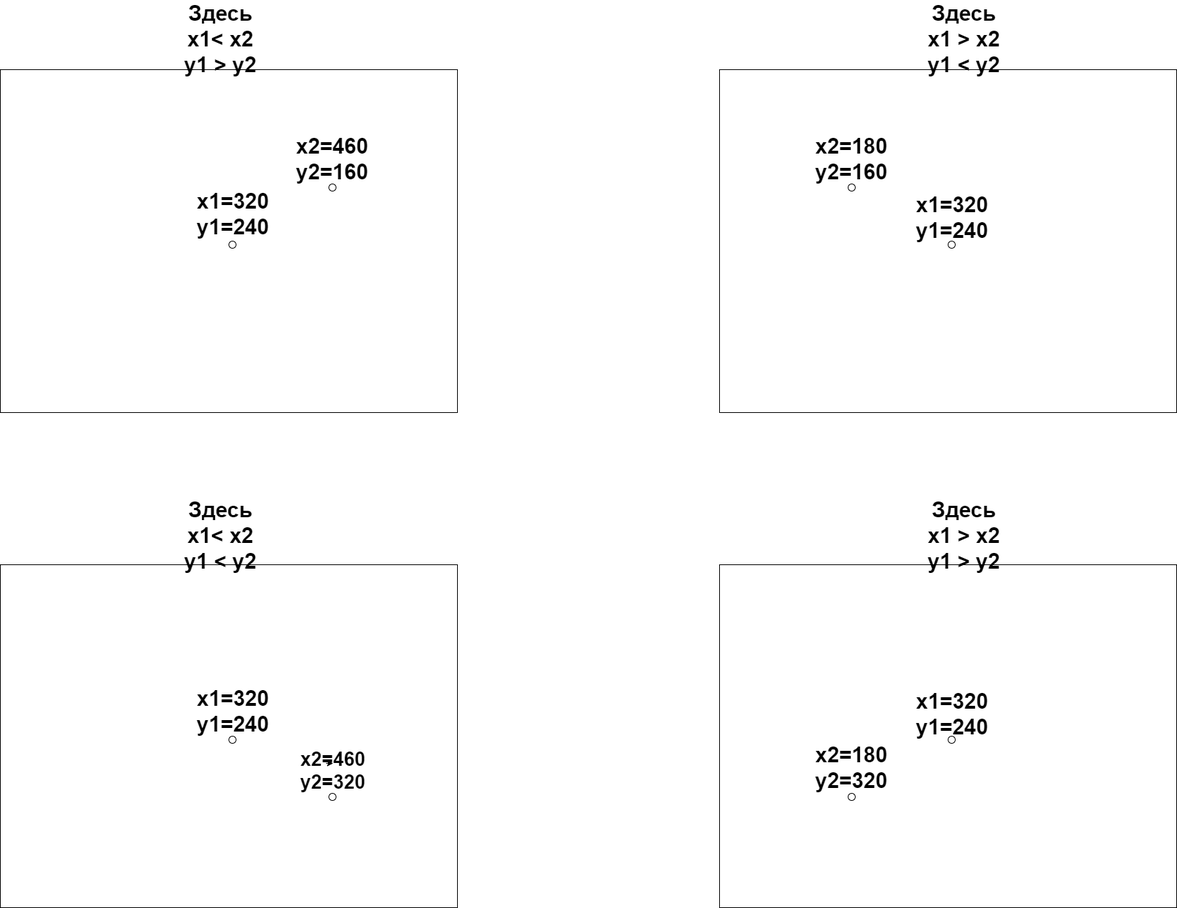
Earlier version of the draw.io export Micro/Unnamed 2.png (RoboGradeIndustriesTeam/HomingTurret). Source tidied: cells renumbered, new cells last; positions are measured from the earlier drawing's top-left corner, leaving out a move shared by most shapes.
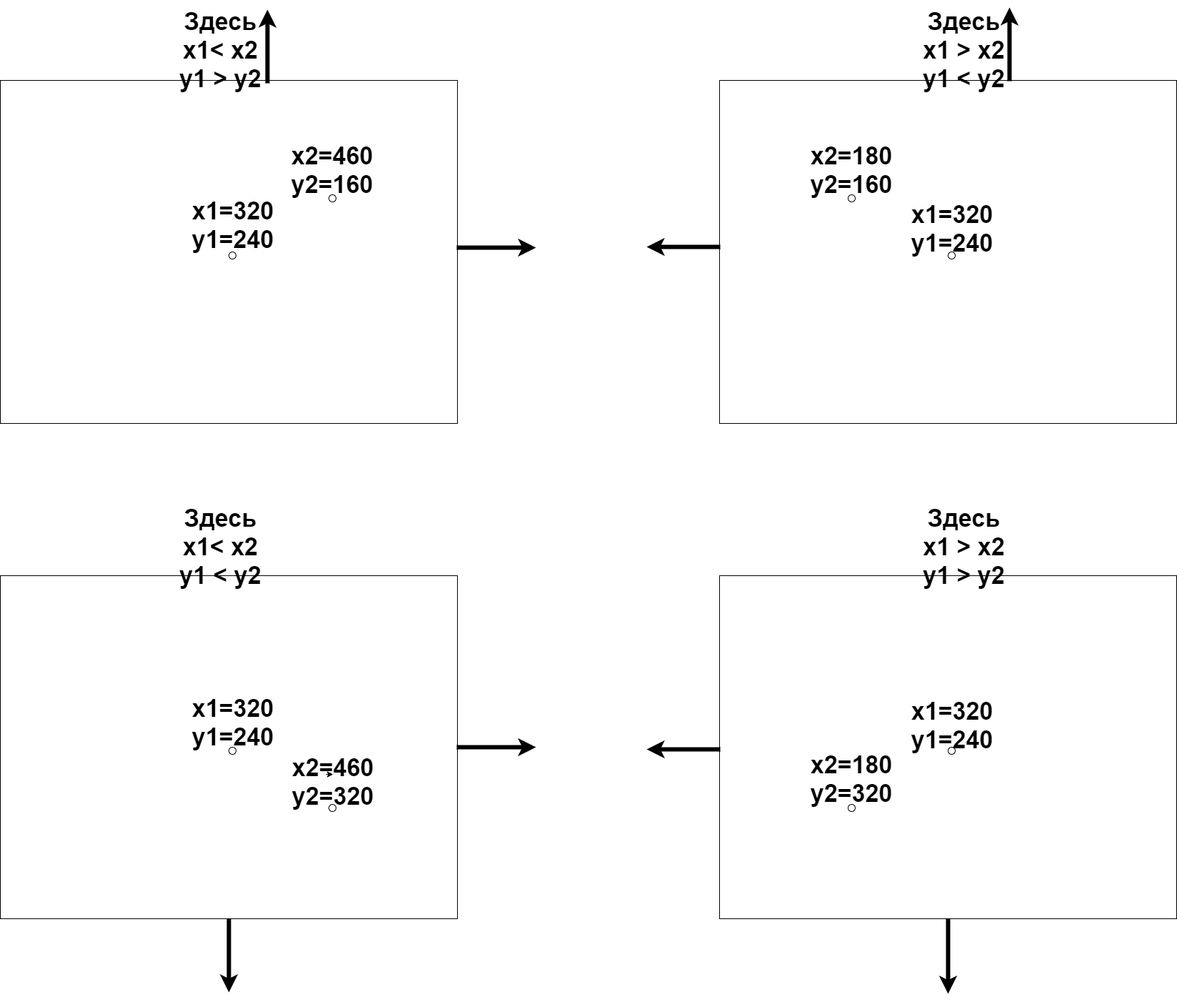
The same file after the commit.

The edit, as a diff of the source:
```diff
@@ -11,10 +11,10 @@
     <mxCell id="4" style="verticalLabelPosition=bottom;verticalAlign=top;html=1;shape=mxgraph.flowchart.on-page_reference;fontSize=15;" parent="1" vertex="1">
       <mxGeometry x="320" y="309" width="10" height="10" as="geometry" />
     </mxCell>
-    <mxCell id="5" value="x1=320&lt;br style=&quot;font-size: 30px;&quot;&gt;y1=240" style="text;html=1;strokeColor=none;fillColor=none;align=center;verticalAlign=middle;whiteSpace=wrap;rounded=0;fontSize=30;fontStyle=1;" parent="1" vertex="1">
+    <mxCell id="5" value="x1=320&lt;br style=&quot;font-size: 34px;&quot;&gt;y1=240" style="text;html=1;strokeColor=none;fillColor=none;align=center;verticalAlign=middle;whiteSpace=wrap;rounded=0;fontSize=34;fontStyle=1;" parent="1" vertex="1">
       <mxGeometry x="306" y="261" width="40" height="20" as="geometry" />
     </mxCell>
-    <mxCell id="6" value="x2=460&lt;br style=&quot;font-size: 30px;&quot;&gt;y2=160" style="text;html=1;strokeColor=none;fillColor=none;align=center;verticalAlign=middle;whiteSpace=wrap;rounded=0;fontSize=30;fontStyle=1;" parent="1" vertex="1">
+    <mxCell id="6" value="x2=460&lt;br style=&quot;font-size: 34px;&quot;&gt;y2=160" style="text;html=1;strokeColor=none;fillColor=none;align=center;verticalAlign=middle;whiteSpace=wrap;rounded=0;fontSize=34;fontStyle=1;" parent="1" vertex="1">
       <mxGeometry x="445" y="184" width="40" height="20" as="geometry" />
     </mxCell>
     <mxCell id="7" style="rounded=0;whiteSpace=wrap;html=1;fontSize=15;" parent="1" vertex="1">
@@ -26,10 +26,10 @@
     <mxCell id="9" style="verticalLabelPosition=bottom;verticalAlign=top;html=1;shape=mxgraph.flowchart.on-page_reference;fontSize=15;" parent="1" vertex="1">
       <mxGeometry x="1327" y="309" width="10" height="10" as="geometry" />
     </mxCell>
-    <mxCell id="10" value="x1=320&lt;br style=&quot;font-size: 30px;&quot;&gt;y1=240" style="text;html=1;strokeColor=none;fillColor=none;align=center;verticalAlign=middle;whiteSpace=wrap;rounded=0;fontSize=30;fontStyle=1;" parent="1" vertex="1">
+    <mxCell id="10" value="x1=320&lt;br style=&quot;font-size: 34px;&quot;&gt;y1=240" style="text;html=1;strokeColor=none;fillColor=none;align=center;verticalAlign=middle;whiteSpace=wrap;rounded=0;fontSize=34;fontStyle=1;" parent="1" vertex="1">
       <mxGeometry x="1313" y="266" width="40" height="20" as="geometry" />
     </mxCell>
-    <mxCell id="11" value="x2=180&lt;br style=&quot;font-size: 30px;&quot;&gt;y2=160" style="text;html=1;strokeColor=none;fillColor=none;align=center;verticalAlign=middle;whiteSpace=wrap;rounded=0;fontSize=30;fontStyle=1;" parent="1" vertex="1">
+    <mxCell id="11" value="x2=180&lt;br style=&quot;font-size: 34px;&quot;&gt;y2=160" style="text;html=1;strokeColor=none;fillColor=none;align=center;verticalAlign=middle;whiteSpace=wrap;rounded=0;fontSize=34;fontStyle=1;" parent="1" vertex="1">
       <mxGeometry x="1172" y="184" width="40" height="20" as="geometry" />
     </mxCell>
     <mxCell id="12" style="rounded=0;whiteSpace=wrap;html=1;fontSize=15;flipV=1;" parent="1" vertex="1">
@@ -41,10 +41,10 @@
     <mxCell id="14" style="verticalLabelPosition=bottom;verticalAlign=top;html=1;shape=mxgraph.flowchart.on-page_reference;fontSize=15;flipV=1;" parent="1" vertex="1">
       <mxGeometry x="320" y="1002" width="10" height="10" as="geometry" />
     </mxCell>
-    <mxCell id="15" value="x1=320&lt;br style=&quot;font-size: 30px;&quot;&gt;y1=240" style="text;html=1;strokeColor=none;fillColor=none;align=center;verticalAlign=middle;whiteSpace=wrap;rounded=0;fontSize=30;flipV=1;fontStyle=1;" parent="1" vertex="1">
+    <mxCell id="15" value="x1=320&lt;br style=&quot;font-size: 34px;&quot;&gt;y1=240" style="text;html=1;strokeColor=none;fillColor=none;align=center;verticalAlign=middle;whiteSpace=wrap;rounded=0;fontSize=34;flipV=1;fontStyle=1;" parent="1" vertex="1">
       <mxGeometry x="306" y="957" width="40" height="20" as="geometry" />
     </mxCell>
-    <mxCell id="16" value="x2=460&lt;br style=&quot;font-size: 27px;&quot;&gt;y2=320" style="text;html=1;strokeColor=none;fillColor=none;align=center;verticalAlign=middle;whiteSpace=wrap;rounded=0;fontSize=27;flipV=1;fontStyle=1;" parent="1" vertex="1">
+    <mxCell id="16" value="x2=460&lt;br style=&quot;font-size: 34px;&quot;&gt;y2=320" style="text;html=1;strokeColor=none;fillColor=none;align=center;verticalAlign=middle;whiteSpace=wrap;rounded=0;fontSize=34;flipV=1;fontStyle=1;" parent="1" vertex="1">
       <mxGeometry x="446" y="1040" width="40" height="20" as="geometry" />
     </mxCell>
     <mxCell id="17" style="rounded=0;whiteSpace=wrap;html=1;fontSize=15;flipV=1;" parent="1" vertex="1">
@@ -56,26 +56,72 @@
     <mxCell id="19" style="verticalLabelPosition=bottom;verticalAlign=top;html=1;shape=mxgraph.flowchart.on-page_reference;fontSize=15;flipV=1;" parent="1" vertex="1">
       <mxGeometry x="1327" y="1002" width="10" height="10" as="geometry" />
     </mxCell>
-    <mxCell id="20" value="x1=320&lt;br style=&quot;font-size: 30px;&quot;&gt;y1=240" style="text;html=1;strokeColor=none;fillColor=none;align=center;verticalAlign=middle;whiteSpace=wrap;rounded=0;fontSize=30;flipV=1;fontStyle=1;" parent="1" vertex="1">
+    <mxCell id="20" value="x1=320&lt;br style=&quot;font-size: 34px;&quot;&gt;y1=240" style="text;html=1;strokeColor=none;fillColor=none;align=center;verticalAlign=middle;whiteSpace=wrap;rounded=0;fontSize=34;flipV=1;fontStyle=1;" parent="1" vertex="1">
       <mxGeometry x="1313" y="961" width="40" height="20" as="geometry" />
     </mxCell>
-    <mxCell id="21" value="x2=180&lt;br style=&quot;font-size: 30px;&quot;&gt;y2=320" style="text;html=1;strokeColor=none;fillColor=none;align=center;verticalAlign=middle;whiteSpace=wrap;rounded=0;fontSize=30;flipV=1;fontStyle=1;" parent="1" vertex="1">
+    <mxCell id="21" value="x2=180&lt;br style=&quot;font-size: 34px;&quot;&gt;y2=320" style="text;html=1;strokeColor=none;fillColor=none;align=center;verticalAlign=middle;whiteSpace=wrap;rounded=0;fontSize=34;flipV=1;fontStyle=1;" parent="1" vertex="1">
       <mxGeometry x="1172" y="1036" width="40" height="20" as="geometry" />
     </mxCell>
-    <mxCell id="22" value="Здесь&lt;br style=&quot;font-size: 30px;&quot;&gt;x1&amp;lt; x2&lt;br style=&quot;font-size: 30px;&quot;&gt;y1 &amp;gt; y2" style="text;html=1;strokeColor=none;fillColor=none;align=center;verticalAlign=middle;whiteSpace=wrap;rounded=0;fontSize=30;fontStyle=1;" parent="1" vertex="1">
+    <mxCell id="22" value="Здесь&lt;br style=&quot;font-size: 34px;&quot;&gt;x1&amp;lt; x2&lt;br style=&quot;font-size: 34px;&quot;&gt;y1 &amp;gt; y2" style="text;html=1;strokeColor=none;fillColor=none;align=center;verticalAlign=middle;whiteSpace=wrap;rounded=0;fontSize=34;fontStyle=1;" parent="1" vertex="1">
       <mxGeometry x="131" width="355" height="52" as="geometry" />
     </mxCell>
-    <mxCell id="23" value="Здесь&lt;br style=&quot;font-size: 30px;&quot;&gt;x1 &amp;gt; x2&lt;br style=&quot;font-size: 30px;&quot;&gt;y1 &amp;lt; y2" style="text;html=1;strokeColor=none;fillColor=none;align=center;verticalAlign=middle;whiteSpace=wrap;rounded=0;fontSize=30;fontStyle=1;" parent="1" vertex="1">
+    <mxCell id="23" value="Здесь&lt;br style=&quot;font-size: 34px;&quot;&gt;x1 &amp;gt; x2&lt;br style=&quot;font-size: 34px;&quot;&gt;y1 &amp;lt; y2" style="text;html=1;strokeColor=none;fillColor=none;align=center;verticalAlign=middle;whiteSpace=wrap;rounded=0;fontSize=34;fontStyle=1;" parent="1" vertex="1">
       <mxGeometry x="1172" width="355" height="52" as="geometry" />
     </mxCell>
-    <mxCell id="24" value="Здесь&lt;br style=&quot;font-size: 30px;&quot;&gt;x1&amp;lt; x2&lt;br style=&quot;font-size: 30px;&quot;&gt;y1 &amp;lt; y2" style="text;html=1;strokeColor=none;fillColor=none;align=center;verticalAlign=middle;whiteSpace=wrap;rounded=0;fontSize=30;fontStyle=1;" parent="1" vertex="1">
+    <mxCell id="24" value="Здесь&lt;br style=&quot;font-size: 34px;&quot;&gt;x1&amp;lt; x2&lt;br style=&quot;font-size: 34px;&quot;&gt;y1 &amp;lt; y2" style="text;html=1;strokeColor=none;fillColor=none;align=center;verticalAlign=middle;whiteSpace=wrap;rounded=0;fontSize=34;fontStyle=1;" parent="1" vertex="1">
       <mxGeometry x="131" y="695" width="355" height="52" as="geometry" />
     </mxCell>
-    <mxCell id="25" value="Здесь&lt;br style=&quot;font-size: 30px;&quot;&gt;x1 &amp;gt; x2&lt;br style=&quot;font-size: 30px;&quot;&gt;y1 &amp;gt; y2" style="text;html=1;strokeColor=none;fillColor=none;align=center;verticalAlign=middle;whiteSpace=wrap;rounded=0;fontSize=30;fontStyle=1;" parent="1" vertex="1">
+    <mxCell id="25" value="Здесь&lt;br style=&quot;font-size: 34px;&quot;&gt;x1 &amp;gt; x2&lt;br style=&quot;font-size: 34px;&quot;&gt;y1 &amp;gt; y2" style="text;html=1;strokeColor=none;fillColor=none;align=center;verticalAlign=middle;whiteSpace=wrap;rounded=0;fontSize=34;fontStyle=1;" parent="1" vertex="1">
       <mxGeometry x="1172" y="695" width="355" height="52" as="geometry" />
     </mxCell>
     <mxCell id="26" style="edgeStyle=orthogonalEdgeStyle;rounded=0;orthogonalLoop=1;jettySize=auto;html=1;exitX=0.25;exitY=0;exitDx=0;exitDy=0;entryX=0.5;entryY=0;entryDx=0;entryDy=0;fontSize=30;fontStyle=1;" parent="1" edge="1" source="16" target="16">
       <mxGeometry relative="1" as="geometry" />
     </mxCell>
+    <mxCell id="27" style="endArrow=classic;html=1;strokeWidth=6;fontSize=30;exitX=0.5;exitY=1;exitDx=0;exitDy=0;entryX=0.5;entryY=1;entryDx=0;entryDy=0;" parent="1" edge="1">
+      <mxGeometry relative="1" as="geometry">
+        <mxPoint x="374" y="73" as="sourcePoint" />
+        <mxPoint x="374" y="-30" as="targetPoint" />
+      </mxGeometry>
+    </mxCell>
+    <mxCell id="28" style="endArrow=classic;html=1;strokeWidth=6;fontSize=30;" parent="1" edge="1">
+      <mxGeometry relative="1" as="geometry">
+        <mxPoint x="639" y="303" as="sourcePoint" />
+        <mxPoint x="750" y="303" as="targetPoint" />
+      </mxGeometry>
+    </mxCell>
+    <mxCell id="29" style="endArrow=classic;html=1;strokeWidth=6;fontSize=30;exitX=0.5;exitY=1;exitDx=0;exitDy=0;entryX=0.5;entryY=1;entryDx=0;entryDy=0;" parent="1" edge="1">
+      <mxGeometry relative="1" as="geometry">
+        <mxPoint x="1413" y="70" as="sourcePoint" />
+        <mxPoint x="1413" y="-33" as="targetPoint" />
+      </mxGeometry>
+    </mxCell>
+    <mxCell id="30" style="endArrow=classic;html=1;strokeWidth=6;fontSize=30;" parent="1" edge="1">
+      <mxGeometry relative="1" as="geometry">
+        <mxPoint x="1008" y="302" as="sourcePoint" />
+        <mxPoint x="905" y="302" as="targetPoint" />
+      </mxGeometry>
+    </mxCell>
+    <mxCell id="31" style="endArrow=classic;html=1;strokeWidth=6;fontSize=34;entryX=1;entryY=0.5;entryDx=0;entryDy=0;" parent="1" edge="1">
+      <mxGeometry relative="1" as="geometry">
+        <mxPoint x="639" y="1002" as="sourcePoint" />
+        <mxPoint x="750" y="1002" as="targetPoint" />
+      </mxGeometry>
+    </mxCell>
+    <mxCell id="32" style="endArrow=classic;html=1;strokeWidth=6;fontSize=34;" parent="1" edge="1">
+      <mxGeometry relative="1" as="geometry">
+        <mxPoint x="1008" y="1005" as="sourcePoint" />
+        <mxPoint x="905" y="1005" as="targetPoint" />
+      </mxGeometry>
+    </mxCell>
+    <mxCell id="33" style="endArrow=classic;html=1;strokeWidth=6;fontSize=34;exitX=0.5;exitY=1;exitDx=0;exitDy=0;" parent="1" edge="1" source="12">
+      <mxGeometry relative="1" as="geometry">
+        <mxPoint x="320" y="1345" as="targetPoint" />
+      </mxGeometry>
+    </mxCell>
+    <mxCell id="34" style="endArrow=classic;html=1;strokeWidth=6;fontSize=34;exitX=0.5;exitY=1;exitDx=0;exitDy=0;" parent="1" edge="1" source="17">
+      <mxGeometry relative="1" as="geometry">
+        <mxPoint x="1327" y="1347" as="targetPoint" />
+      </mxGeometry>
+    </mxCell>
   </root>
 </mxGraphModel>
```
